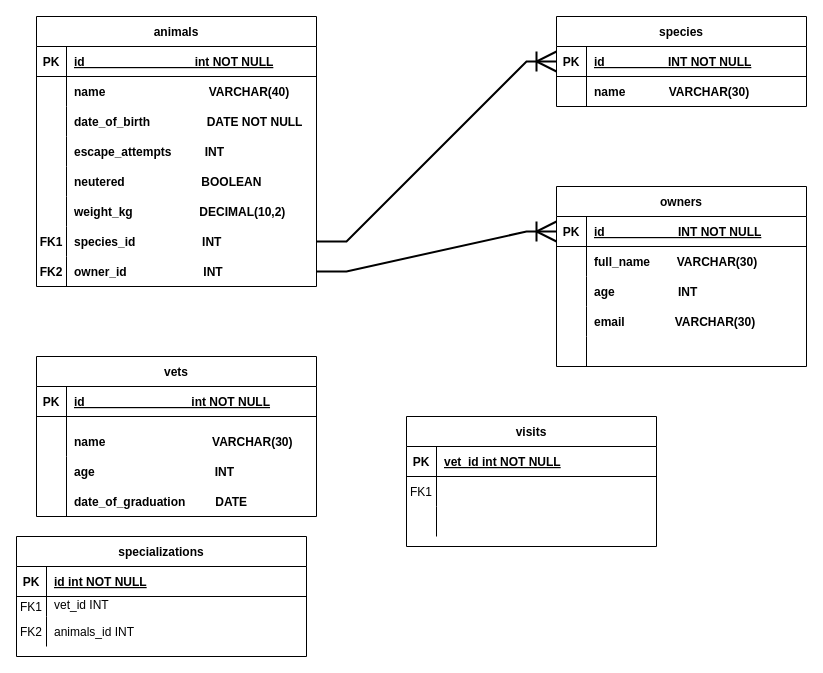
Before: Untitled Diagram.drawio in mpa-mxiang/vet-clinic, a draw.io diagram. Source tidied: cells renumbered, new cells numbered last; positions are measured from the earlier drawing's top-left corner, leaving out a move shared by most shapes. Both pictures are drawn from the tidied source at 100%, with x=0, y=0 at pixel (16, 16).
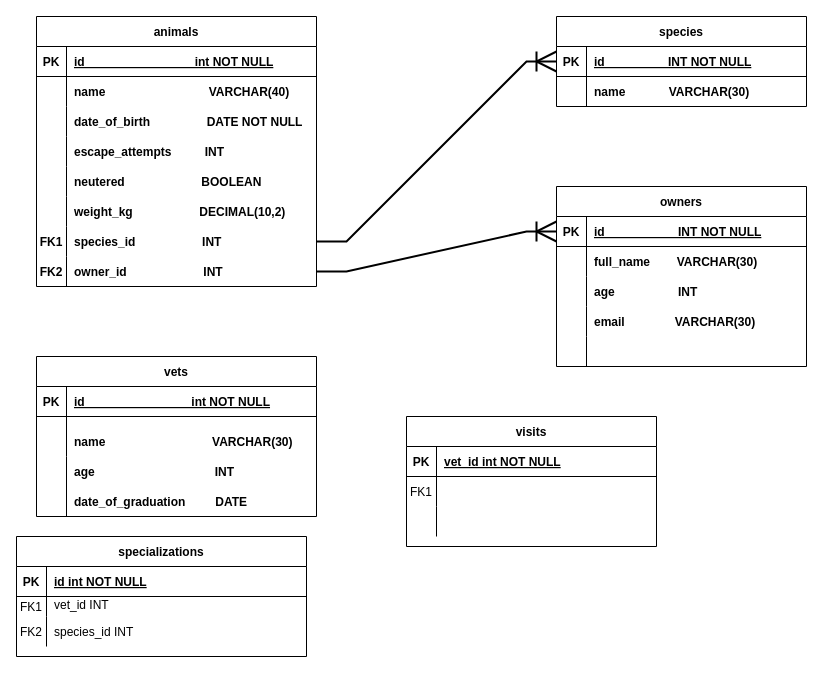
The same page after the edit.

Commit message:
change from animals_id to species_id for specializations table

The change refers to these unchanged cells:
```xml
<mxCell id="67" style="shape=partialRectangle;fillColor=none;top=0;left=0;right=0;bottom=0;" parent="60" vertex="1">
  <mxGeometry y="80" width="290" height="30" as="geometry" />
</mxCell>
```

Change to the diagram source:
```diff
@@
-    <mxCell id="69" value="animals_id INT" style="shape=partialRectangle;overflow=hidden;fillColor=none;top=0;left=0;bottom=0;right=0;align=left;spacingLeft=6;" parent="67" vertex="1">
+    <mxCell id="69" value="species_id INT" style="shape=partialRectangle;overflow=hidden;fillColor=none;top=0;left=0;bottom=0;right=0;align=left;spacingLeft=6;" parent="67" vertex="1">
       <mxGeometry x="30" width="260" height="30" as="geometry" />
     </mxCell>
```
